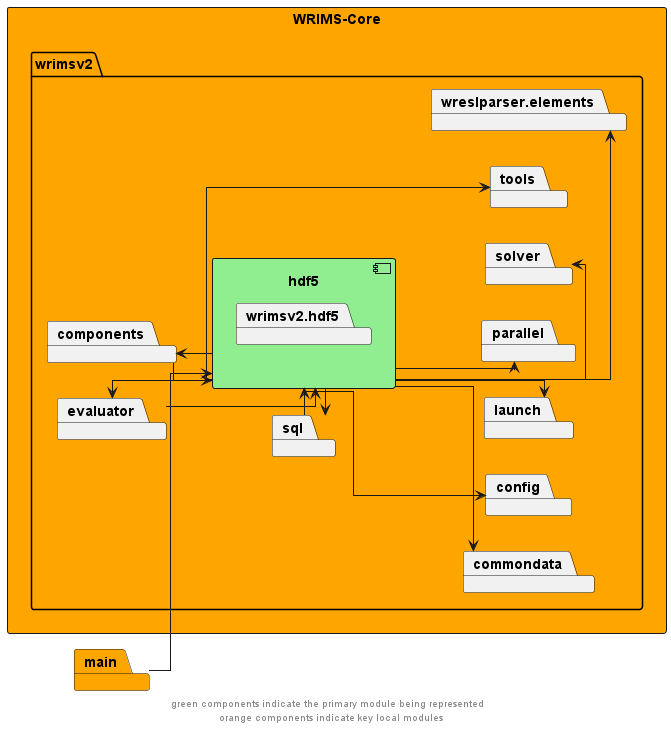
The PlantUML diagram docs/diagrams/wrims-core/wrims-core_hdf5.png in CentralValleyModeling/wrims, before a commit.
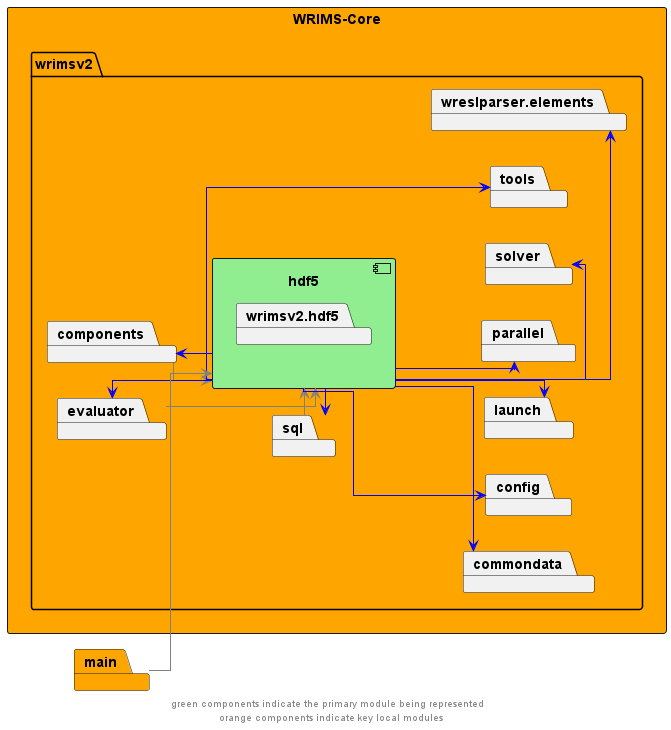
Later version of the same file.

Change to the diagram source:
```diff
@@ -23,21 +23,21 @@
 }
 package main #orange
 
-hdf5 -left->  components
-components -->  hdf5
-hdf5 -left->  evaluator
-evaluator -->  hdf5
-sql -left->  hdf5
-hdf5 -right->  sql
+hdf5 -left->  components #blue
+components -->  hdf5 #grey
+hdf5 -left->  evaluator #blue
+evaluator -->  hdf5 #grey
+sql -left->  hdf5 #grey
+hdf5 -right->  sql #blue
 
-hdf5 -->  commondata
-hdf5 -->  config
-hdf5 -->  launch
-hdf5 -->  parallel
-hdf5 -->  solver
-hdf5 -->  tools
-hdf5 -->  wreslparser.elements
-main --> hdf5
+hdf5 -->  commondata #blue
+hdf5 -->  config #blue
+hdf5 -->  launch #blue
+hdf5 -->  parallel #blue
+hdf5 -->  solver #blue
+hdf5 -->  tools #blue
+hdf5 -->  wreslparser.elements #blue
+main --> hdf5 #grey
 
 
 footer "green components indicate the primary module being represented \n orange components indicate key local modules"
```
